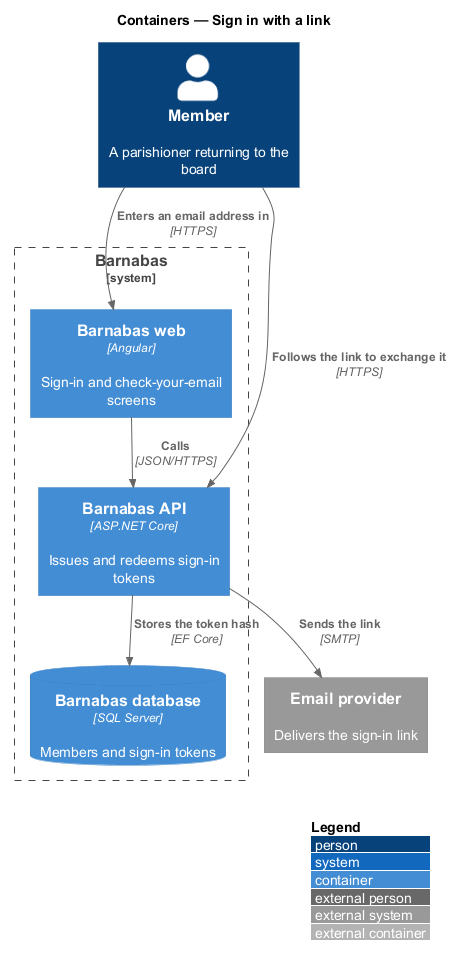
Before: docs/detailed-designs/access/sign-in-with-a-link/diagrams/c4-container.png, a diagram exported from PlantUML (QuinntyneBrown/Barnabas).
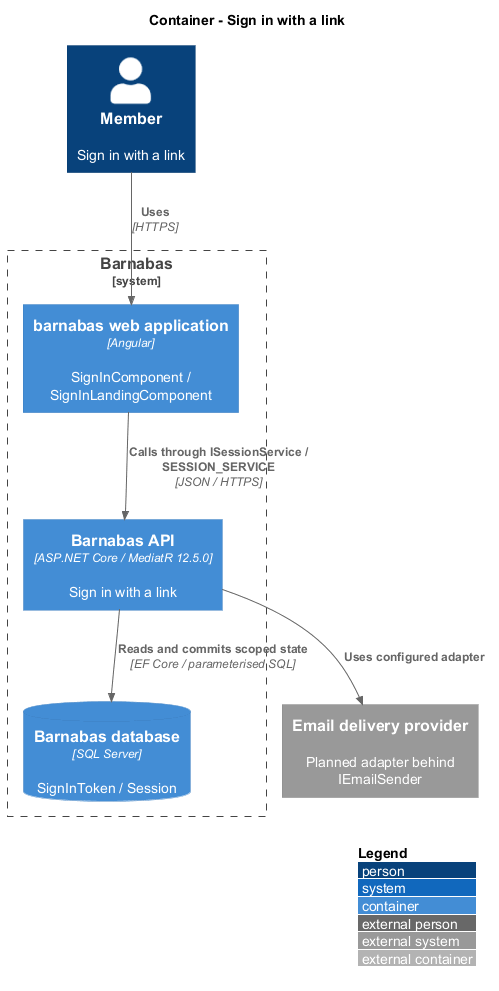
After the commit.

Change to the diagram source:
```diff
@@ -1,20 +1,16 @@
 @startuml
-!pragma layout smetana
 !include <C4/C4_Container>
 LAYOUT_WITH_LEGEND()
-title Containers — Sign in with a link
-
-Person(member, "Member", "A parishioner returning to the board")
+title Container - Sign in with a link
+Person(actor, "Member", "Sign in with a link")
 System_Boundary(barnabas, "Barnabas") {
-  Container(spa, "Barnabas web", "Angular", "Sign-in and check-your-email screens")
-  Container(api, "Barnabas API", "ASP.NET Core", "Issues and redeems sign-in tokens")
-  ContainerDb(db, "Barnabas database", "SQL Server", "Members and sign-in tokens")
+  Container(web, "barnabas web application", "Angular", "SignInComponent / SignInLandingComponent")
+  Container(api, "Barnabas API", "ASP.NET Core / MediatR 12.5.0", "Sign in with a link")
+  ContainerDb(db, "Barnabas database", "SQL Server", "SignInToken / Session")
 }
-System_Ext(email, "Email provider", "Delivers the sign-in link")
-
-Rel(member, spa, "Enters an email address in", "HTTPS")
-Rel(spa, api, "Calls", "JSON/HTTPS")
-Rel(api, db, "Stores the token hash", "EF Core")
-Rel(api, email, "Sends the link", "SMTP")
-Rel(member, api, "Follows the link to exchange it", "HTTPS")
+Rel(actor, web, "Uses", "HTTPS")
+Rel(web, api, "Calls through ISessionService / SESSION_SERVICE", "JSON / HTTPS")
+Rel(api, db, "Reads and commits scoped state", "EF Core / parameterised SQL")
+System_Ext(external, "Email delivery provider", "Planned adapter behind IEmailSender")
+Rel(api, external, "Uses configured adapter")
 @enduml
```
